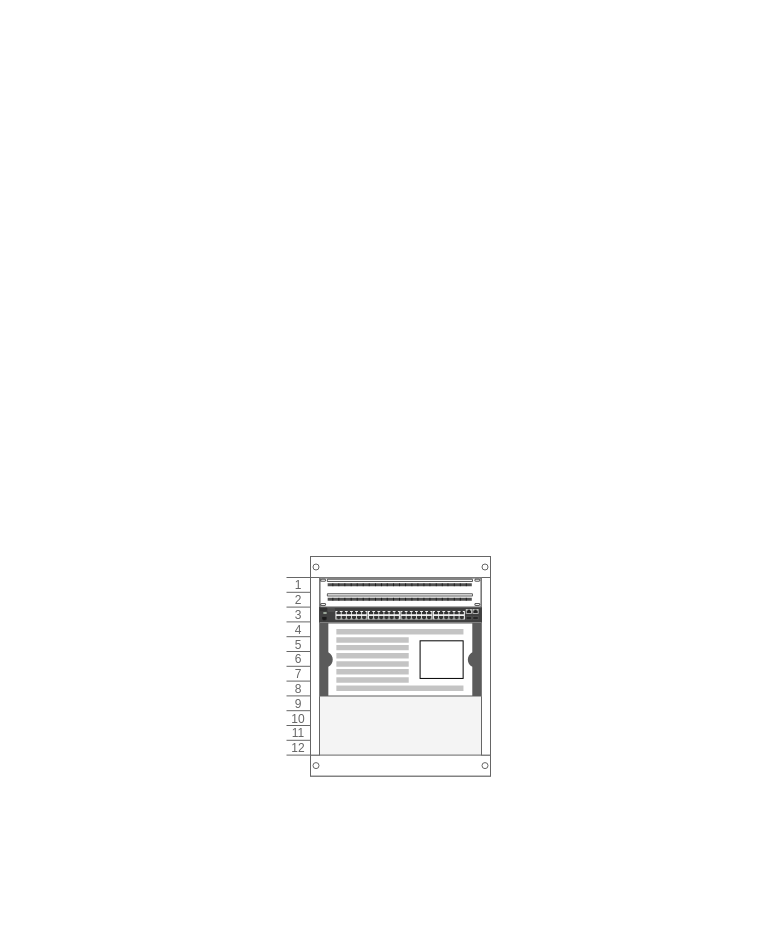
Earlier version of the draw.io diagram 1-1-Materiel-physique/1.1-TP.drawio (No-Name-Academy/Networking-for-noobs). Source tidied: cells renumbered, new cells numbered last; positions are measured from the earlier drawing's top-left corner, leaving out a move shared by most shapes. Both pictures are drawn from the tidied source at 100%, with x=0, y=0 at pixel (286, 556).
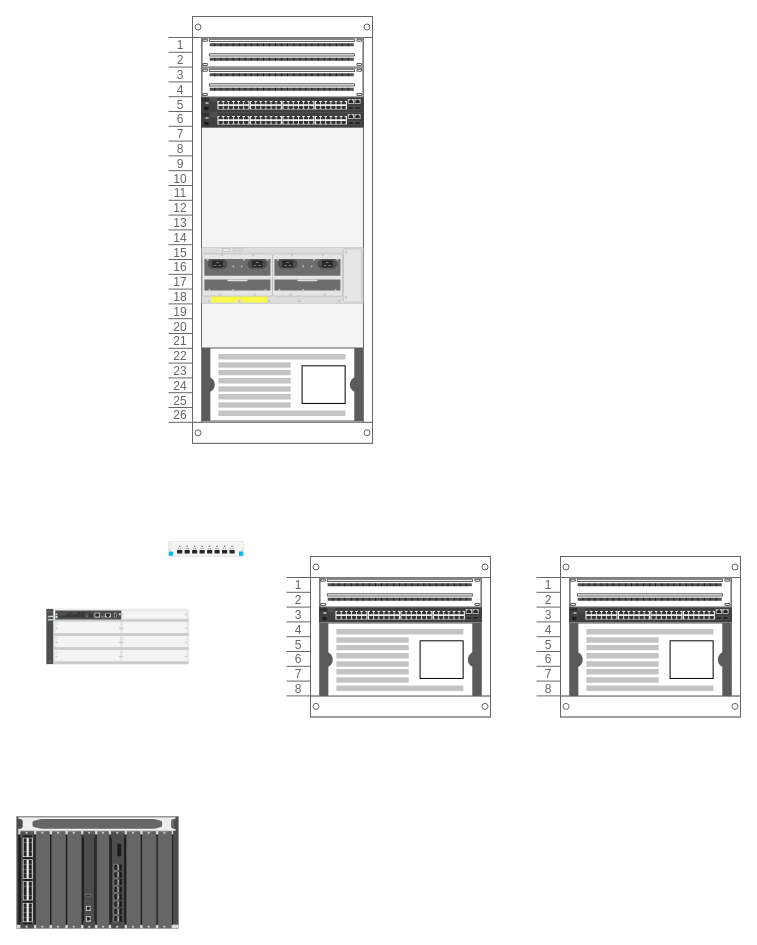
The same diagram, later.

Commit message (it also covers changes not shown here):
Mettre à jour 1.1-TP.drawio

Diff of the diagram source:
```diff
@@
     <mxCell id="2" style="strokeColor=#666666;html=1;verticalLabelPosition=bottom;labelBackgroundColor=#ffffff;verticalAlign=top;shadow=0;dashed=0;shape=mxgraph.rackGeneral.rackCabinet3;fillColor2=#f4f4f4;allowGaps=1;textColor=#666666;numDisp=ascend;" parent="1" vertex="1">
-      <mxGeometry width="204" height="219" as="geometry" />
+      <mxGeometry width="204" height="160" as="geometry" />
     </mxCell>
@@
+    <mxCell id="6" style="strokeColor=#666666;html=1;verticalLabelPosition=bottom;labelBackgroundColor=#ffffff;verticalAlign=top;shadow=0;dashed=0;shape=mxgraph.rackGeneral.rackCabinet3;fillColor2=#f4f4f4;allowGaps=1;textColor=#666666;numDisp=ascend;" parent="1" vertex="1">
+      <mxGeometry x="250" width="204" height="160" as="geometry" />
+    </mxCell>
+    <mxCell id="7" style="strokeColor=#666666;html=1;labelPosition=right;align=left;spacingLeft=15;shadow=0;dashed=0;shape=mxgraph.rack.general.cat5e_enhanced_patch_panel_48_ports;" parent="6" vertex="1">
+      <mxGeometry x="33" y="21" width="162" height="30" as="geometry" />
+    </mxCell>
+    <mxCell id="8" style="html=1;verticalLabelPosition=bottom;verticalAlign=top;shadow=0;dashed=0;shape=mxgraph.rack.hpe_aruba.switches.j9781a_2530_48_front;" parent="6" vertex="1">
+      <mxGeometry x="33" y="51" width="162" height="15" as="geometry" />
+    </mxCell>
+    <mxCell id="9" style="shape=mxgraph.rack.apc.apc_smart_ups_5000_va_5u;html=1;labelPosition=right;align=left;spacingLeft=15;dashed=0;shadow=0;fillColor=#ffffff;" parent="6" vertex="1">
+      <mxGeometry x="33" y="66" width="162" height="74" as="geometry" />
+    </mxCell>
+    <mxCell id="10" style="strokeColor=#666666;html=1;verticalLabelPosition=bottom;labelBackgroundColor=#ffffff;verticalAlign=top;shadow=0;dashed=0;shape=mxgraph.rackGeneral.rackCabinet3;fillColor2=#f4f4f4;allowGaps=1;textColor=#666666;numDisp=ascend;" parent="1" vertex="1">
+      <mxGeometry x="-118" y="-540" width="204" height="430" as="geometry" />
+    </mxCell>
+    <mxCell id="11" style="strokeColor=#666666;html=1;labelPosition=right;align=left;spacingLeft=15;shadow=0;dashed=0;shape=mxgraph.rack.general.cat5e_enhanced_patch_panel_48_ports;" parent="10" vertex="1">
+      <mxGeometry x="33" y="21" width="162" height="30" as="geometry" />
+    </mxCell>
+    <mxCell id="12" style="strokeColor=#666666;html=1;labelPosition=right;align=left;spacingLeft=15;shadow=0;dashed=0;shape=mxgraph.rack.general.cat5e_enhanced_patch_panel_48_ports;" parent="10" vertex="1">
+      <mxGeometry x="33" y="51" width="162" height="30" as="geometry" />
+    </mxCell>
+    <mxCell id="13" style="html=1;verticalLabelPosition=bottom;verticalAlign=top;shadow=0;dashed=0;shape=mxgraph.rack.hpe_aruba.switches.j9781a_2530_48_front;" parent="10" vertex="1">
+      <mxGeometry x="33" y="81" width="162" height="15" as="geometry" />
+    </mxCell>
+    <mxCell id="14" style="group;" parent="10" vertex="1">
+      <mxGeometry x="33" y="231" width="162" height="56" as="geometry" />
+    </mxCell>
+    <mxCell id="15" style="html=1;verticalLabelPosition=bottom;verticalAlign=top;shadow=0;dashed=0;shape=mxgraph.rack.hpe_aruba.switches.j9821a_540r_zl2_switch_rear;" parent="14" vertex="1">
+      <mxGeometry width="162" height="56" as="geometry" />
+    </mxCell>
+    <mxCell id="16" style="html=1;verticalLabelPosition=bottom;verticalAlign=top;shadow=0;dashed=0;shape=mxgraph.rack.hpe_aruba.switches.j9830b_5400r_2750w_poeplus_zl2_power_supply;" parent="14" vertex="1">
+      <mxGeometry x="1" y="6.5" width="70" height="42" as="geometry" />
+    </mxCell>
+    <mxCell id="17" style="html=1;verticalLabelPosition=bottom;verticalAlign=top;shadow=0;dashed=0;shape=mxgraph.rack.hpe_aruba.switches.j9830b_5400r_2750w_poeplus_zl2_power_supply;" parent="14" vertex="1">
+      <mxGeometry x="71" y="6.5" width="70" height="42" as="geometry" />
+    </mxCell>
+    <mxCell id="18" style="html=1;verticalLabelPosition=bottom;verticalAlign=top;shadow=0;dashed=0;shape=mxgraph.rack.hpe_aruba.switches.j9781a_2530_48_front;" parent="10" vertex="1">
+      <mxGeometry x="33" y="96" width="162" height="15" as="geometry" />
+    </mxCell>
+    <mxCell id="19" style="shape=mxgraph.rack.apc.apc_smart_ups_5000_va_5u;html=1;labelPosition=right;align=left;spacingLeft=15;dashed=0;shadow=0;fillColor=#ffffff;" parent="10" vertex="1">
+      <mxGeometry x="33" y="331" width="162" height="74" as="geometry" />
+    </mxCell>
+    <mxCell id="20" style="html=1;verticalLabelPosition=bottom;verticalAlign=top;shadow=0;dashed=0;shape=mxgraph.rack.hpe_aruba.switches.j9850a_540r_zl2_switch;" parent="1" vertex="1">
+      <mxGeometry x="-240" y="52.5" width="142" height="55" as="geometry" />
+    </mxCell>
+    <mxCell id="21" style="html=1;verticalLabelPosition=bottom;verticalAlign=top;shadow=0;dashed=0;shape=mxgraph.rack.hpe_aruba.switches.j993a_8_port_1g_10gbe_sfpplus_with_macsec_v3_zl2_module;" parent="1" vertex="1">
+      <mxGeometry x="-118" y="-15" width="75" height="15" as="geometry" />
+    </mxCell>
+    <mxCell id="22" style="html=1;verticalLabelPosition=bottom;verticalAlign=top;shadow=0;dashed=0;shape=mxgraph.rack.hpe_aruba.switches.jl376a_aruba_8400_front;" parent="1" vertex="1">
+      <mxGeometry x="-270" y="260" width="162" height="112" as="geometry" />
+    </mxCell>
```
